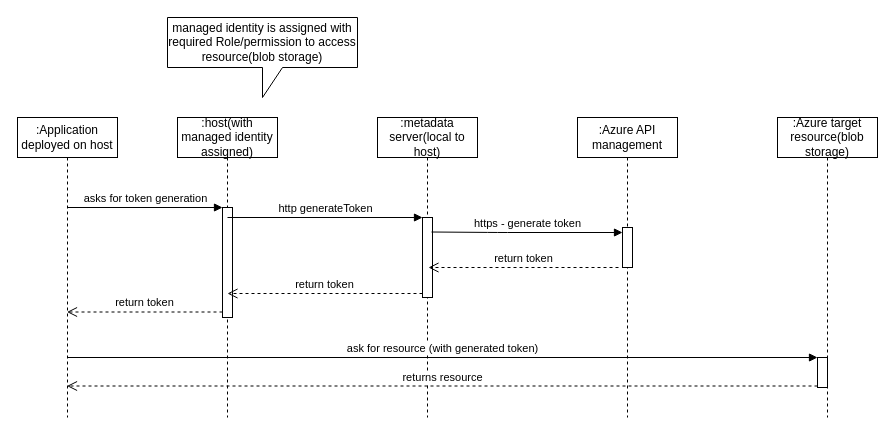
The draw.io diagram azure-systemmanaged-identity-based-authn/azure-system-managed-identity-auth.drawio in rajesh-kishore/system-designs, before the edit. Source tidied: cells renumbered, new cells numbered last; positions are measured from the earlier drawing's top-left corner, leaving out a move shared by most shapes. Both pictures are drawn from the tidied source at 100%, with x=0, y=0 at pixel (17, 17).
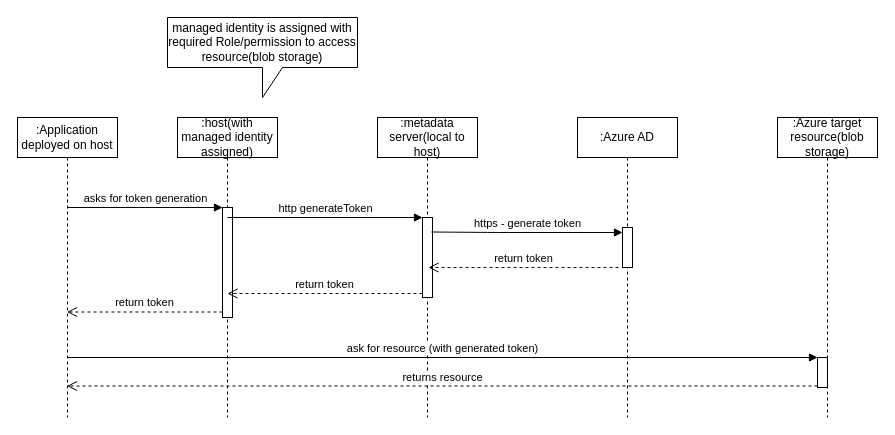
The same diagram, later.

Commit message (it also covers changes not shown here):
corrected with azure AD

Change to the diagram source:
```diff
@@
-    <mxCell id="6" value=":Azure API management" style="shape=umlLifeline;perimeter=lifelinePerimeter;whiteSpace=wrap;html=1;" parent="1" vertex="1">
+    <mxCell id="6" value=":Azure AD" style="shape=umlLifeline;perimeter=lifelinePerimeter;whiteSpace=wrap;html=1;" parent="1" vertex="1">
       <mxGeometry x="560" y="100" width="100" height="300" as="geometry" />
     </mxCell>
```
